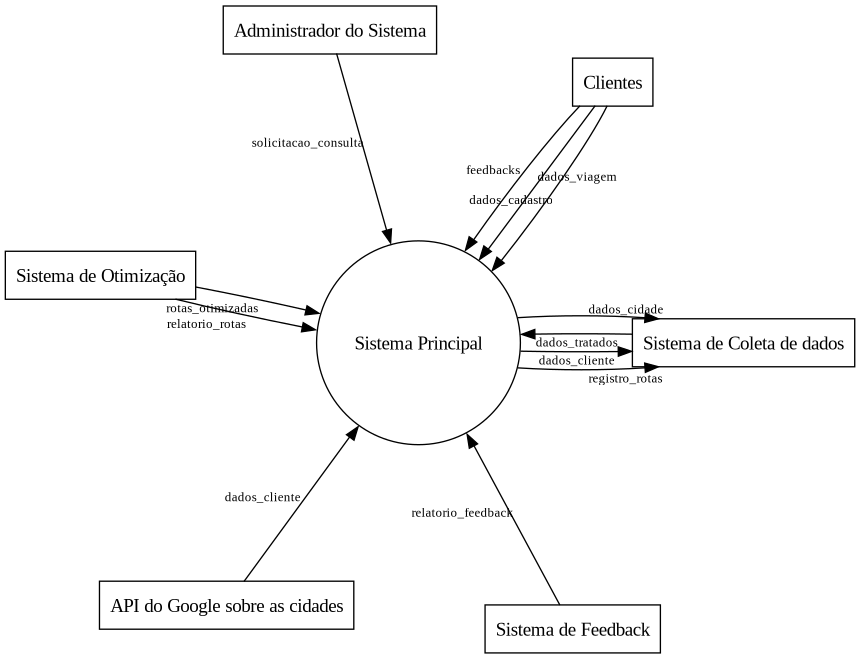
This is Relatório/Semana-1/Diagramas/DFD0.png from pedrodilallo/site_turismo_SIG, a Graphviz export, as it was before one commit. Its source is kept beside it as Relatório/Semana-1/Diagramas/DFD0.gv.
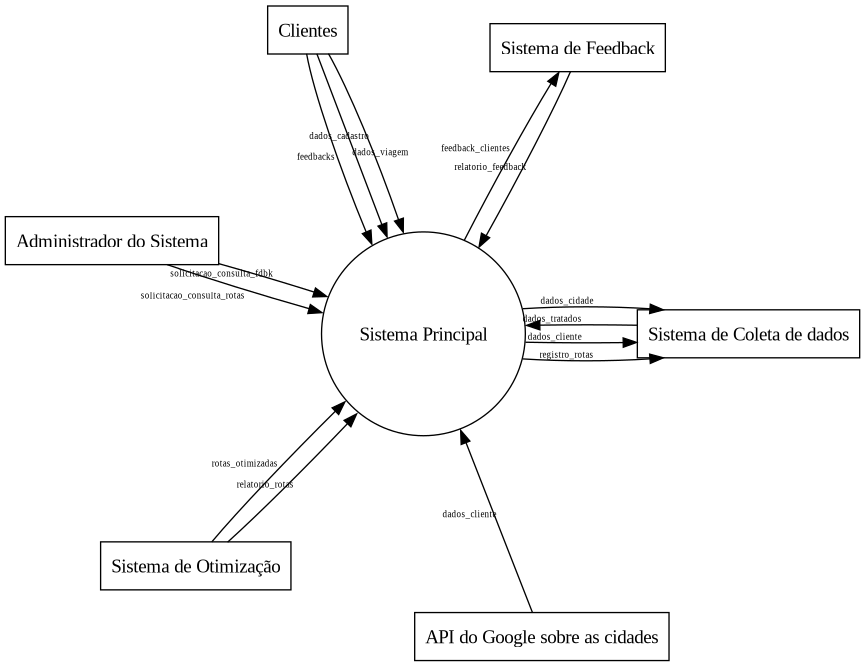
The same diagram one commit later.

Commit message:
Correções DFD

Change to the diagram source:
```diff
@@ -2,7 +2,7 @@
 digraph dfd_nivel0 {
     layout=circo
     splines=true; esep=4;
-    edge[style=solid, penwidth="1", fontsize=10,labeldistance=0];
+    edge[style=solid, penwidth="1", fontsize=7,labeldistance=0];
     node[shape = record]
 
 
@@ -24,7 +24,8 @@
     cliente -> sistema[label="feedbacks"]
     cliente -> sistema[label="dados_viagem"]
 
-    sys_admin -> sistema[label="solicitacao_consulta"]
+    sys_admin -> sistema[label="solicitacao_consulta_fdbk"]
+    sys_admin -> sistema[label="solicitacao_consulta_rotas"]
 
     otimizador -> sistema[label="rotas_otimizadas"]
     otimizador -> sistema[label="relatorio_rotas"]
@@ -40,5 +41,8 @@
     sistema -> coletador[label="registro_rotas"]
     sistema -> coletador[label="dados_cliente"]
 
+    sistema -> feedback[label="feedback_clientes"]
+
+
 }
 @enduml
```
